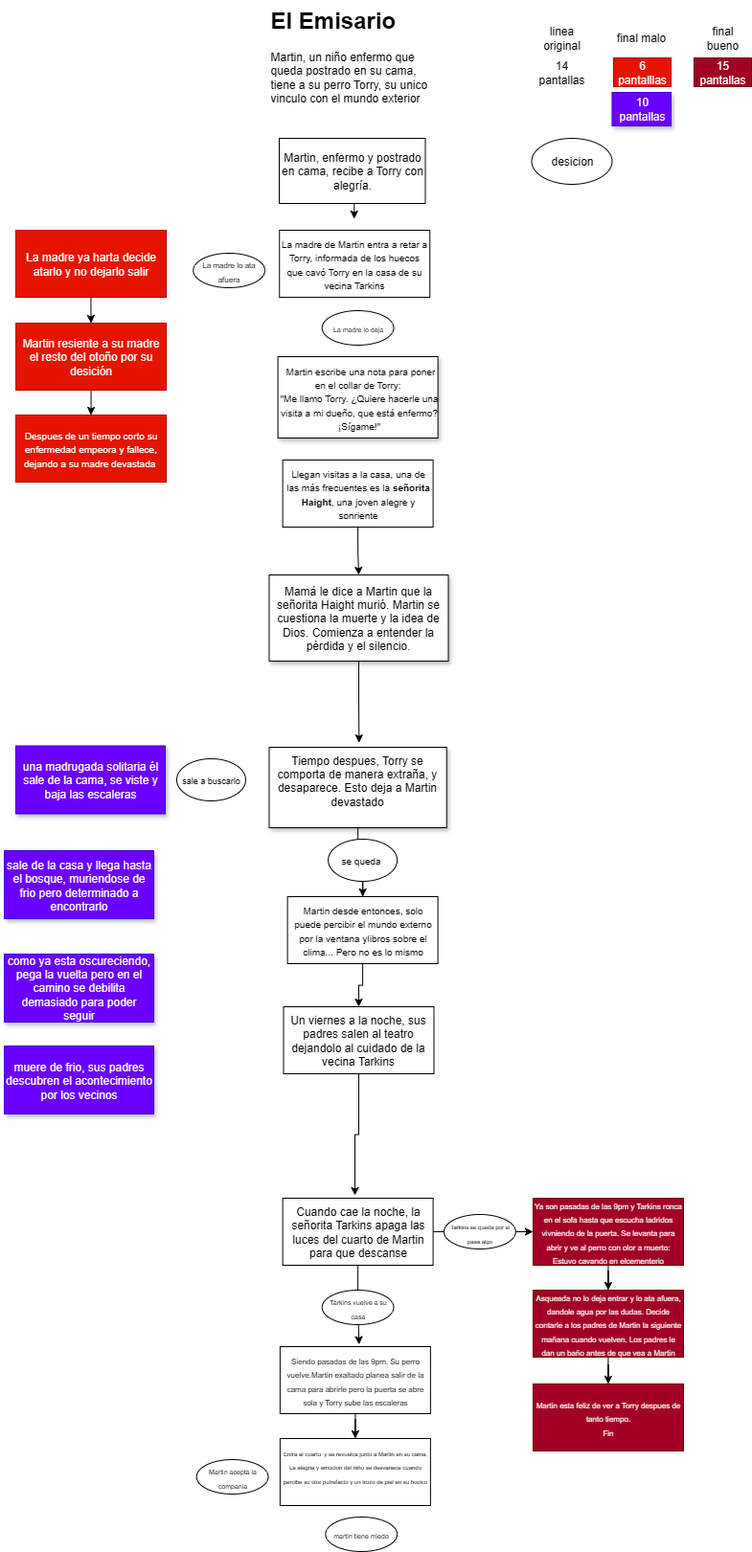
The draw.io diagram Diagrama E Emisario.drawio.png in ro276/pmiw, before a commit. Source tidied: cells renumbered, new cells last; positions are measured from the earlier drawing's top-left corner, leaving out a move shared by most shapes.
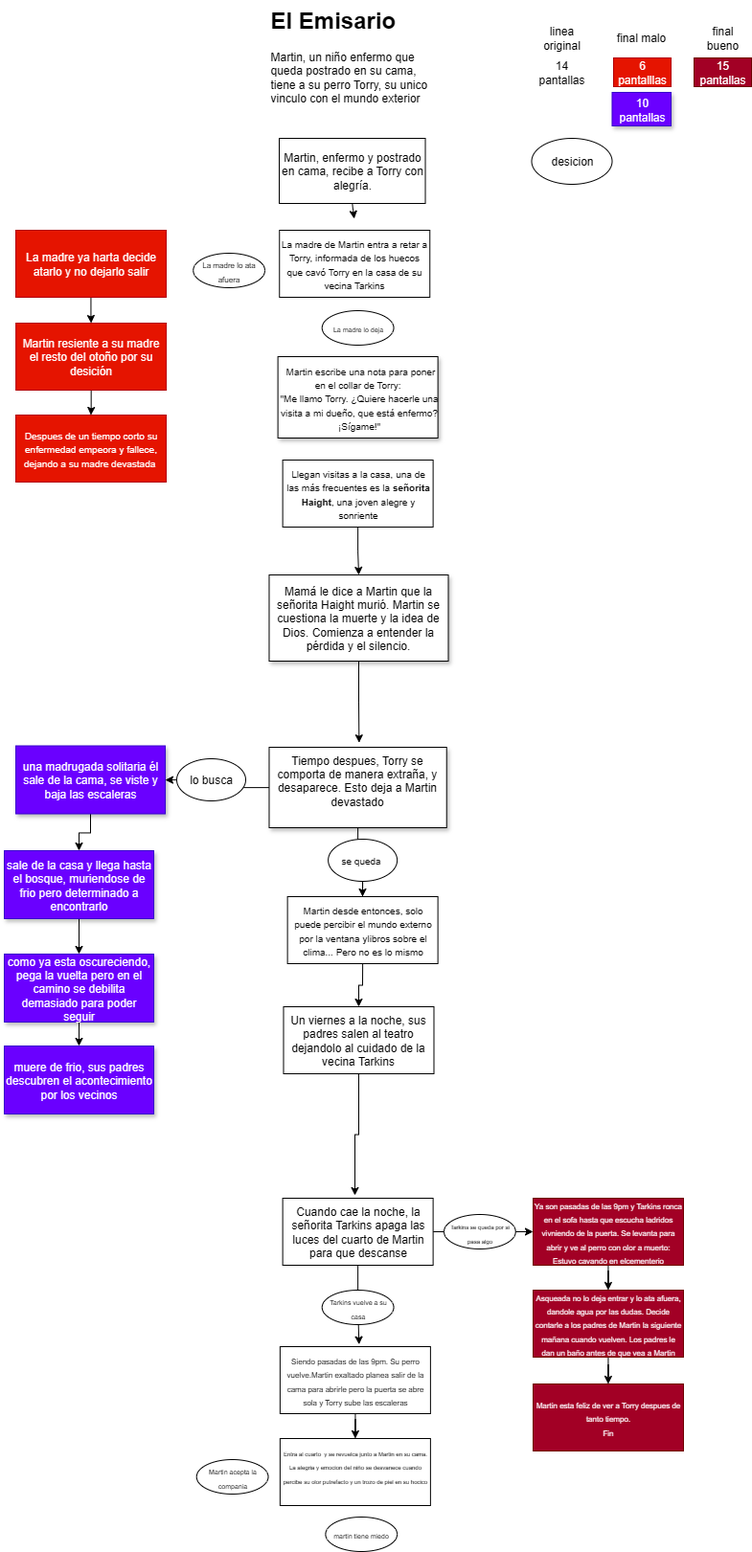
After the change.

The edit, as a diff of the source:
```diff
@@ -40,6 +40,9 @@
     <mxCell id="13" style="edgeStyle=orthogonalEdgeStyle;rounded=0;jettySize=auto;html=1;" parent="1" edge="1" source="47" target="16">
       <mxGeometry relative="1" as="geometry" />
     </mxCell>
+    <mxCell id="55" style="edgeStyle=orthogonalEdgeStyle;rounded=0;jettySize=auto;html=1;" parent="1" edge="1" source="14" target="49">
+      <mxGeometry relative="1" as="geometry" />
+    </mxCell>
     <mxCell id="14" value="Tiempo despues, Torry se comporta de manera extraña, y desaparece. Esto deja a Martin devastado&lt;div&gt;&lt;br&gt;&lt;/div&gt;" style="rounded=0;whiteSpace=wrap;html=1;shadow=1;" parent="1" vertex="1">
       <mxGeometry x="276.5" y="780" width="185.2" height="84" as="geometry" />
     </mxCell>
@@ -139,7 +142,7 @@
     <mxCell id="44" value="desicion" style="ellipse;whiteSpace=wrap;html=1;" parent="1" vertex="1">
       <mxGeometry x="550.5" y="144" width="84" height="48" as="geometry" />
     </mxCell>
-    <mxCell id="45" value="&lt;font style=&quot;font-size: 9px;&quot;&gt;sale a buscarlo&lt;/font&gt;" style="ellipse;whiteSpace=wrap;html=1;" parent="1" vertex="1">
+    <mxCell id="45" value="lo busca" style="ellipse;whiteSpace=wrap;html=1;" parent="1" vertex="1">
       <mxGeometry x="180" y="792" width="72" height="44" as="geometry" />
     </mxCell>
     <mxCell id="46" style="edgeStyle=orthogonalEdgeStyle;rounded=0;jettySize=auto;html=1;" parent="1" edge="1" source="14" target="47">
@@ -148,12 +151,21 @@
     <mxCell id="47" value="&lt;font size=&quot;1&quot;&gt;se queda&amp;nbsp;&lt;/font&gt;" style="ellipse;whiteSpace=wrap;html=1;" parent="1" vertex="1">
       <mxGeometry x="338.1" y="876" width="72" height="44" as="geometry" />
     </mxCell>
+    <mxCell id="56" style="edgeStyle=orthogonalEdgeStyle;rounded=0;jettySize=auto;html=1;" parent="1" edge="1" source="48" target="50">
+      <mxGeometry relative="1" as="geometry" />
+    </mxCell>
     <mxCell id="48" value="&lt;div&gt;sale de la casa y llega hasta el bosque, muriendose de frio pero determinado a encontrarlo&lt;/div&gt;" style="rounded=0;whiteSpace=wrap;html=1;shadow=1;fillColor=#6a00ff;fontColor=#ffffff;strokeColor=#3700CC;" parent="1" vertex="1">
       <mxGeometry y="888" width="156" height="71" as="geometry" />
     </mxCell>
+    <mxCell id="57" style="edgeStyle=orthogonalEdgeStyle;rounded=0;jettySize=auto;html=1;" parent="1" edge="1" source="49" target="48">
+      <mxGeometry relative="1" as="geometry" />
+    </mxCell>
     <mxCell id="49" value="&lt;div&gt;una madrugada solitaria él sale de la cama, se viste y baja las escaleras&lt;/div&gt;" style="rounded=0;whiteSpace=wrap;html=1;shadow=1;fillColor=#6a00ff;fontColor=#ffffff;strokeColor=#3700CC;" parent="1" vertex="1">
       <mxGeometry x="12" y="778.5" width="156" height="71" as="geometry" />
     </mxCell>
+    <mxCell id="58" style="edgeStyle=orthogonalEdgeStyle;rounded=0;jettySize=auto;html=1;" parent="1" edge="1" source="50" target="53">
+      <mxGeometry relative="1" as="geometry" />
+    </mxCell>
     <mxCell id="50" value="como ya esta oscureciendo, pega la vuelta pero en el camino se debilita demasiado para poder seguir" style="rounded=0;whiteSpace=wrap;html=1;shadow=1;fillColor=#6a00ff;fontColor=#ffffff;strokeColor=#3700CC;" parent="1" vertex="1">
       <mxGeometry y="996" width="156" height="71" as="geometry" />
     </mxCell>
```
